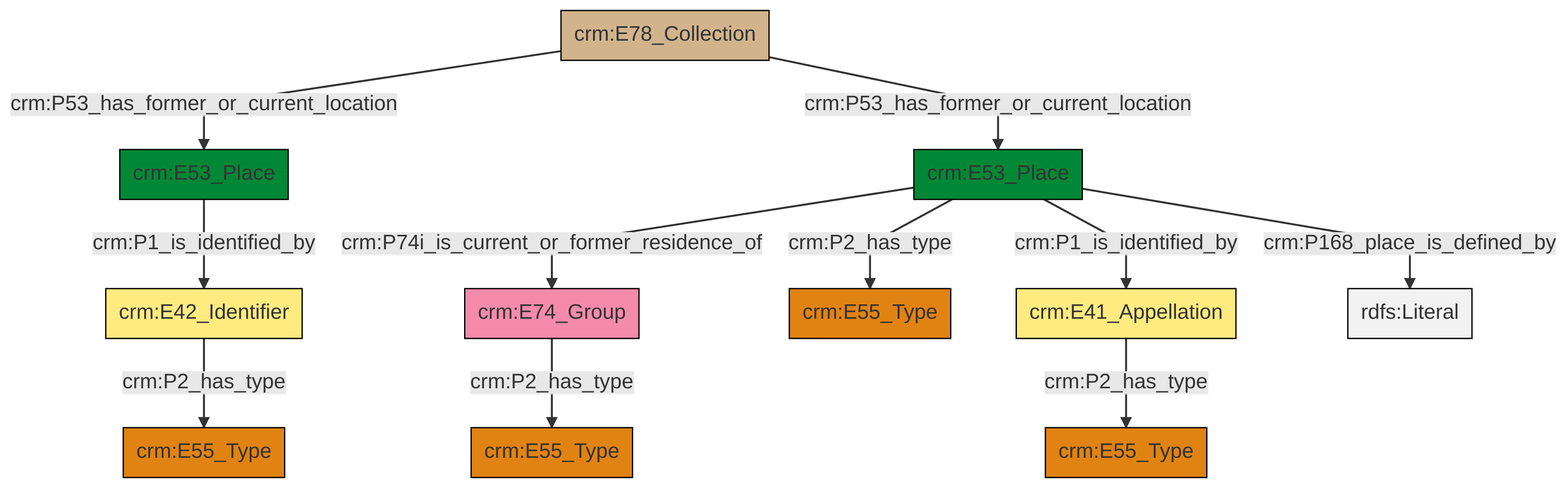
This is et/archivalCSV/ttl/mmd/png/archival_location.png from swiss-art-research-net/docs.swissartresearch, a Mermaid export, as it was before one commit. Its source is kept beside it as et/archivalCSV/ttl/mmd/archival_location.ttl.mmd.
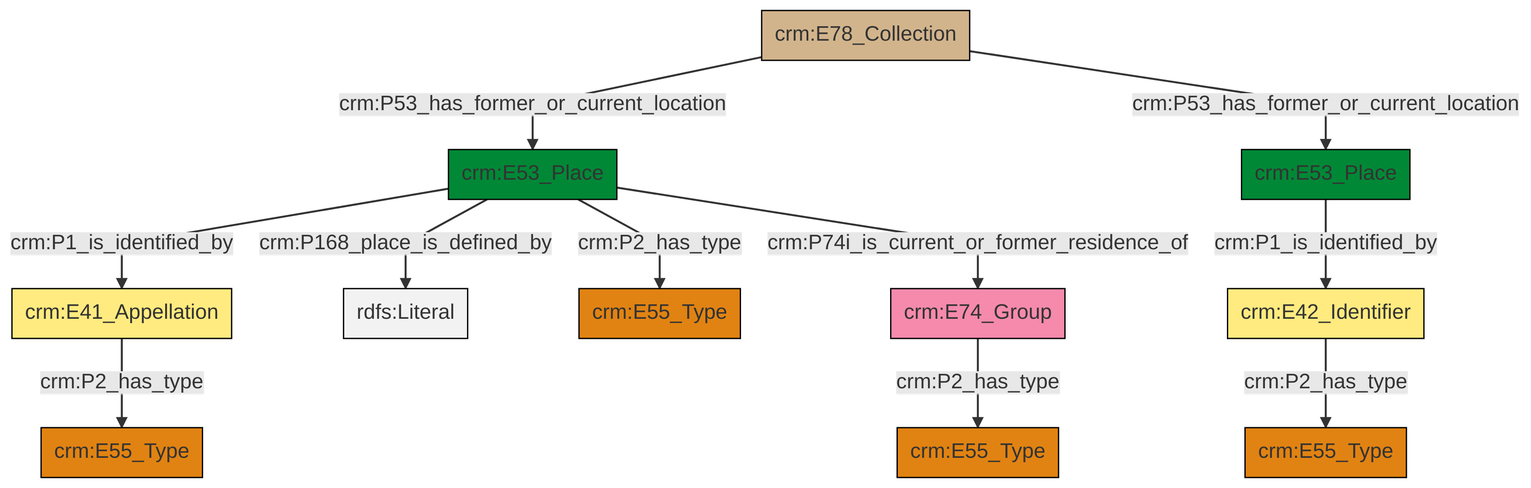
After the commit.

What changed in the source:
```diff
@@ -13,13 +13,13 @@
 classDef PC_Classes fill:#4ce600, stroke:#000000;
 classDef Multi fill:#cccccc,stroke:#000000;
 
-4["crm:E53_Place"]:::Place -->|crm:P1_is_identified_by| 5["crm:E42_Identifier"]:::Appellation
-6["crm:E78_Collection"]:::Physical_Thing -->|crm:P53_has_former_or_current_location| 4["crm:E53_Place"]:::Place
-2["crm:E41_Appellation"]:::Appellation -->|crm:P2_has_type| 0["crm:E55_Type"]:::Type
-12["crm:E53_Place"]:::Place -->|crm:P74i_is_current_or_former_residence_of| 13["crm:E74_Group"]:::Actor
-12["crm:E53_Place"]:::Place -->|crm:P168_place_is_defined_by| 18[rdfs:Literal]:::Literal
-13["crm:E74_Group"]:::Actor -->|crm:P2_has_type| 16["crm:E55_Type"]:::Type
-12["crm:E53_Place"]:::Place -->|crm:P2_has_type| 7["crm:E55_Type"]:::Type
-5["crm:E42_Identifier"]:::Appellation -->|crm:P2_has_type| 9["crm:E55_Type"]:::Type
-12["crm:E53_Place"]:::Place -->|crm:P1_is_identified_by| 2["crm:E41_Appellation"]:::Appellation
-6["crm:E78_Collection"]:::Physical_Thing -->|crm:P53_has_former_or_current_location| 12["crm:E53_Place"]:::Place
+0["crm:E41_Appellation"]:::Appellation -->|crm:P2_has_type| 1["crm:E55_Type"]:::Type
+2["crm:E78_Collection"]:::Physical_Thing -->|crm:P53_has_former_or_current_location| 3["crm:E53_Place"]:::Place
+6["crm:E53_Place"]:::Place -->|crm:P1_is_identified_by| 9["crm:E42_Identifier"]:::Appellation
+12["crm:E74_Group"]:::Actor -->|crm:P2_has_type| 10["crm:E55_Type"]:::Type
+9["crm:E42_Identifier"]:::Appellation -->|crm:P2_has_type| 13["crm:E55_Type"]:::Type
+3["crm:E53_Place"]:::Place -->|crm:P1_is_identified_by| 0["crm:E41_Appellation"]:::Appellation
+3["crm:E53_Place"]:::Place -->|crm:P168_place_is_defined_by| 18[rdfs:Literal]:::Literal
+2["crm:E78_Collection"]:::Physical_Thing -->|crm:P53_has_former_or_current_location| 6["crm:E53_Place"]:::Place
+3["crm:E53_Place"]:::Place -->|crm:P2_has_type| 4["crm:E55_Type"]:::Type
+3["crm:E53_Place"]:::Place -->|crm:P74i_is_current_or_former_residence_of| 12["crm:E74_Group"]:::Actor
```
